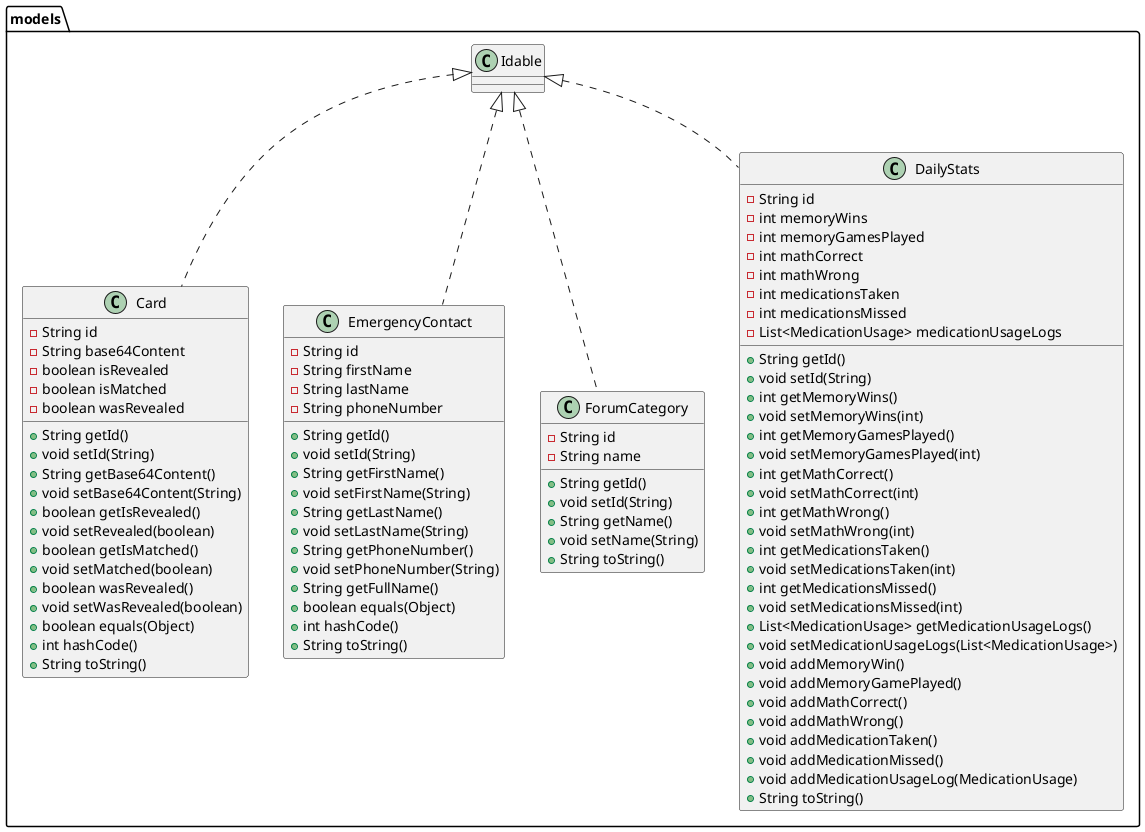
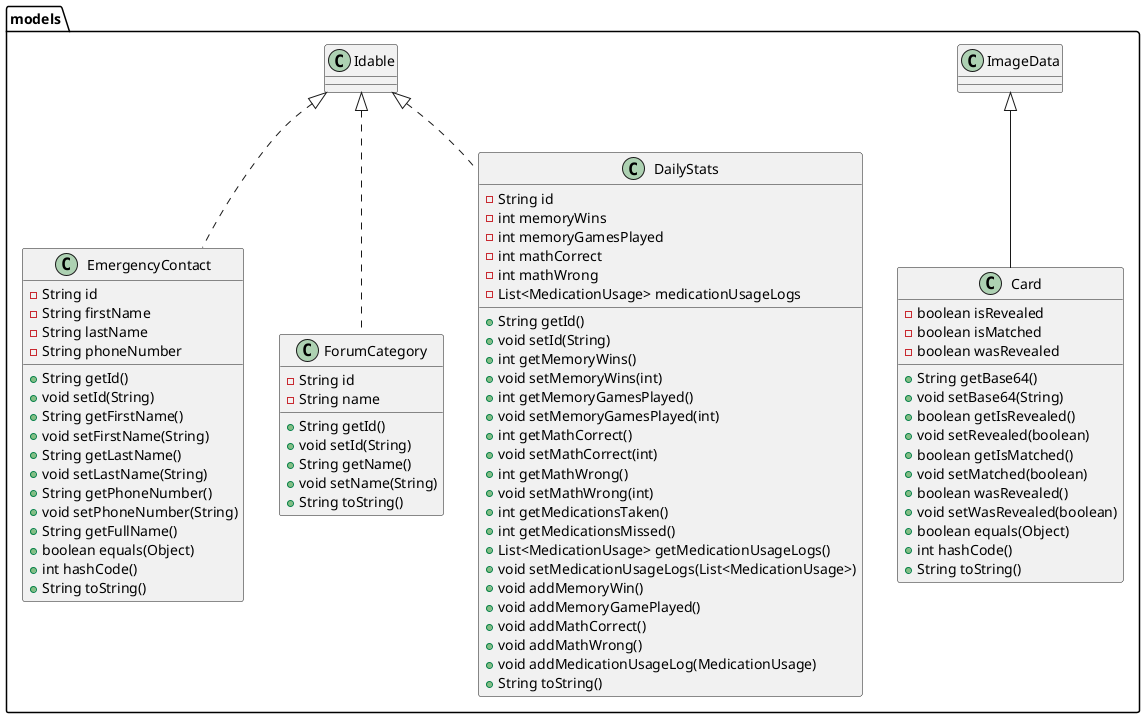
@startuml
class models.Card {
- - String id
- - String base64Content
- boolean isRevealed
- boolean isMatched
- boolean wasRevealed
- + String getId()
- + void setId(String)
- + String getBase64Content()
- + void setBase64Content(String)
+ + String getBase64()
+ + void setBase64(String)
+ boolean getIsRevealed()
+ void setRevealed(boolean)
+ boolean getIsMatched()
+ void setMatched(boolean)
+ boolean wasRevealed()
+ void setWasRevealed(boolean)
+ boolean equals(Object)
+ int hashCode()
+ String toString()
}


class models.EmergencyContact {
- String id
- String firstName
- String lastName
- String phoneNumber
+ String getId()
+ void setId(String)
+ String getFirstName()
+ void setFirstName(String)
+ String getLastName()
+ void setLastName(String)
+ String getPhoneNumber()
+ void setPhoneNumber(String)
+ String getFullName()
+ boolean equals(Object)
+ int hashCode()
+ String toString()
}


class models.ForumCategory {
- String id
- String name
+ String getId()
+ void setId(String)
+ String getName()
+ void setName(String)
+ String toString()
}


class models.DailyStats {
- String id
- int memoryWins
- int memoryGamesPlayed
- int mathCorrect
- int mathWrong
- - int medicationsTaken
- - int medicationsMissed
- List<MedicationUsage> medicationUsageLogs
+ String getId()
+ void setId(String)
+ int getMemoryWins()
+ void setMemoryWins(int)
+ int getMemoryGamesPlayed()
+ void setMemoryGamesPlayed(int)
+ int getMathCorrect()
+ void setMathCorrect(int)
+ int getMathWrong()
+ void setMathWrong(int)
+ int getMedicationsTaken()
- + void setMedicationsTaken(int)
+ int getMedicationsMissed()
- + void setMedicationsMissed(int)
+ List<MedicationUsage> getMedicationUsageLogs()
+ void setMedicationUsageLogs(List<MedicationUsage>)
+ void addMemoryWin()
+ void addMemoryGamePlayed()
+ void addMathCorrect()
+ void addMathWrong()
- + void addMedicationTaken()
- + void addMedicationMissed()
+ void addMedicationUsageLog(MedicationUsage)
+ String toString()
}




- models.Idable <|.. models.Card
+ models.ImageData <|-- models.Card
models.Idable <|.. models.EmergencyContact
models.Idable <|.. models.ForumCategory
models.Idable <|.. models.DailyStats
- @enduml
+ @enduml